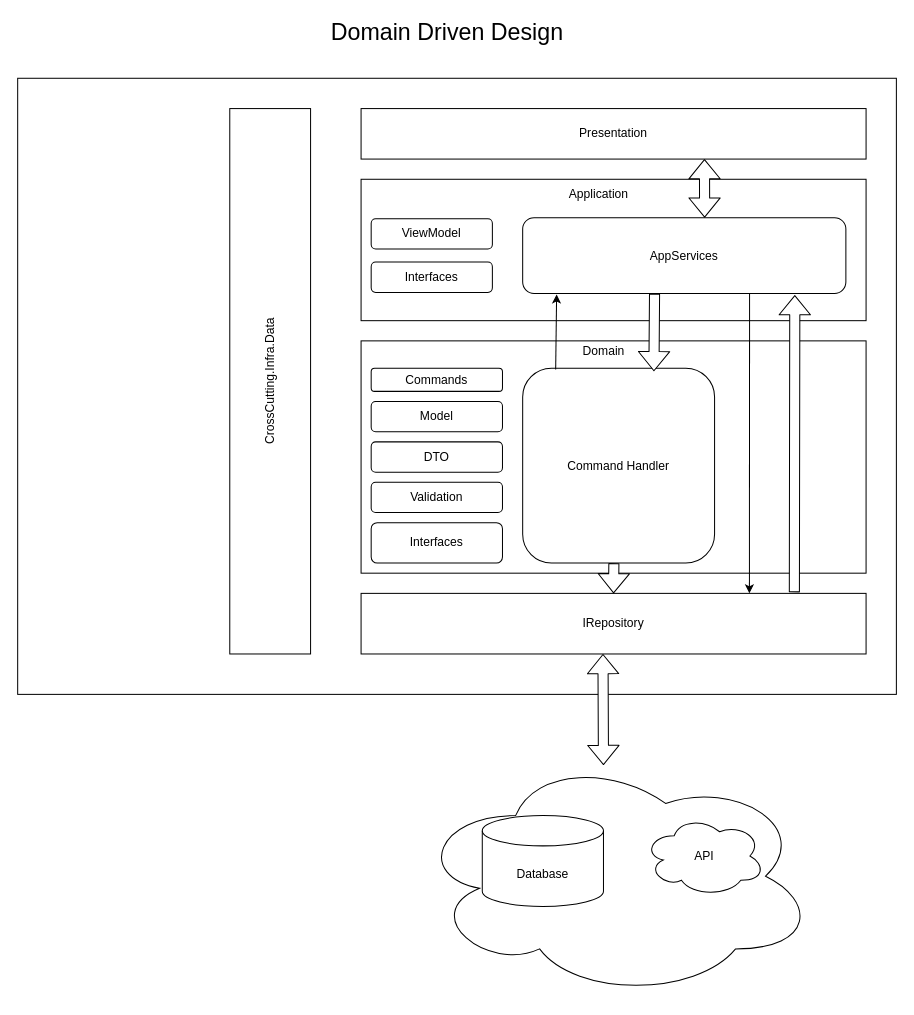
This is page "DDD" (6 of 7) of docs/Documentation.drawio from jairodemelo/APITest, a draw.io file, before an edit. Source tidied: cells renumbered, new cells numbered last; positions are measured from the earlier drawing's top-left corner, leaving out a move shared by most shapes. Both pictures are drawn from the tidied source at 101%, with x=0, y=0 at pixel (17, 17).
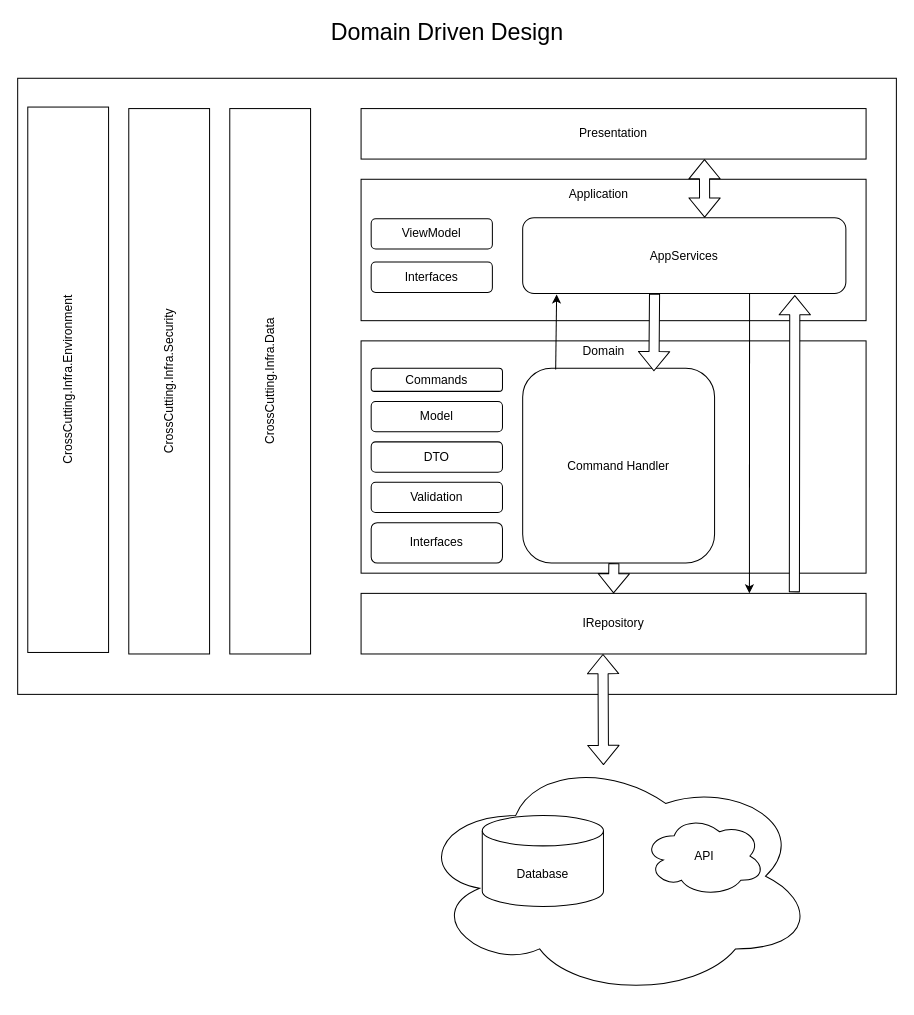
Above is the later version.

What changed in the source:
```diff
@@
+    <mxCell id="30" value="CrossCutting.Infra.Security" style="rounded=0;whiteSpace=wrap;html=1;fontSize=12;horizontal=0;" parent="1" vertex="1">
+      <mxGeometry x="110" y="90" width="80" height="540" as="geometry" />
+    </mxCell>
+    <mxCell id="31" value="CrossCutting.Infra.Environment" style="rounded=0;whiteSpace=wrap;html=1;fontSize=12;horizontal=0;" parent="1" vertex="1">
+      <mxGeometry x="10" y="88.5" width="80" height="540" as="geometry" />
+    </mxCell>
```
